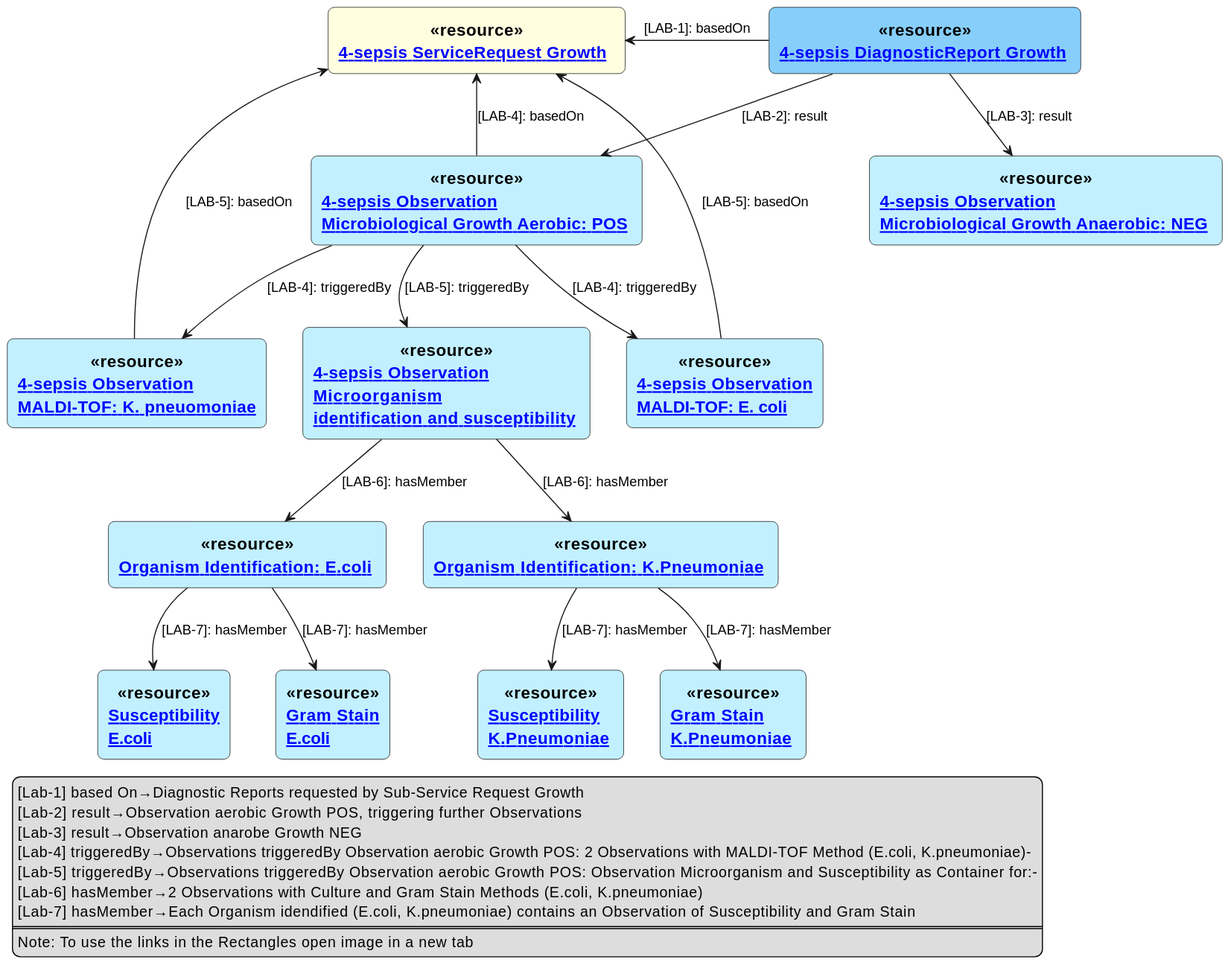
Above: input/images/4-sepsis-reflex-testing.svg in hl7ch/ch-lab-order (PlantUML), before the change.
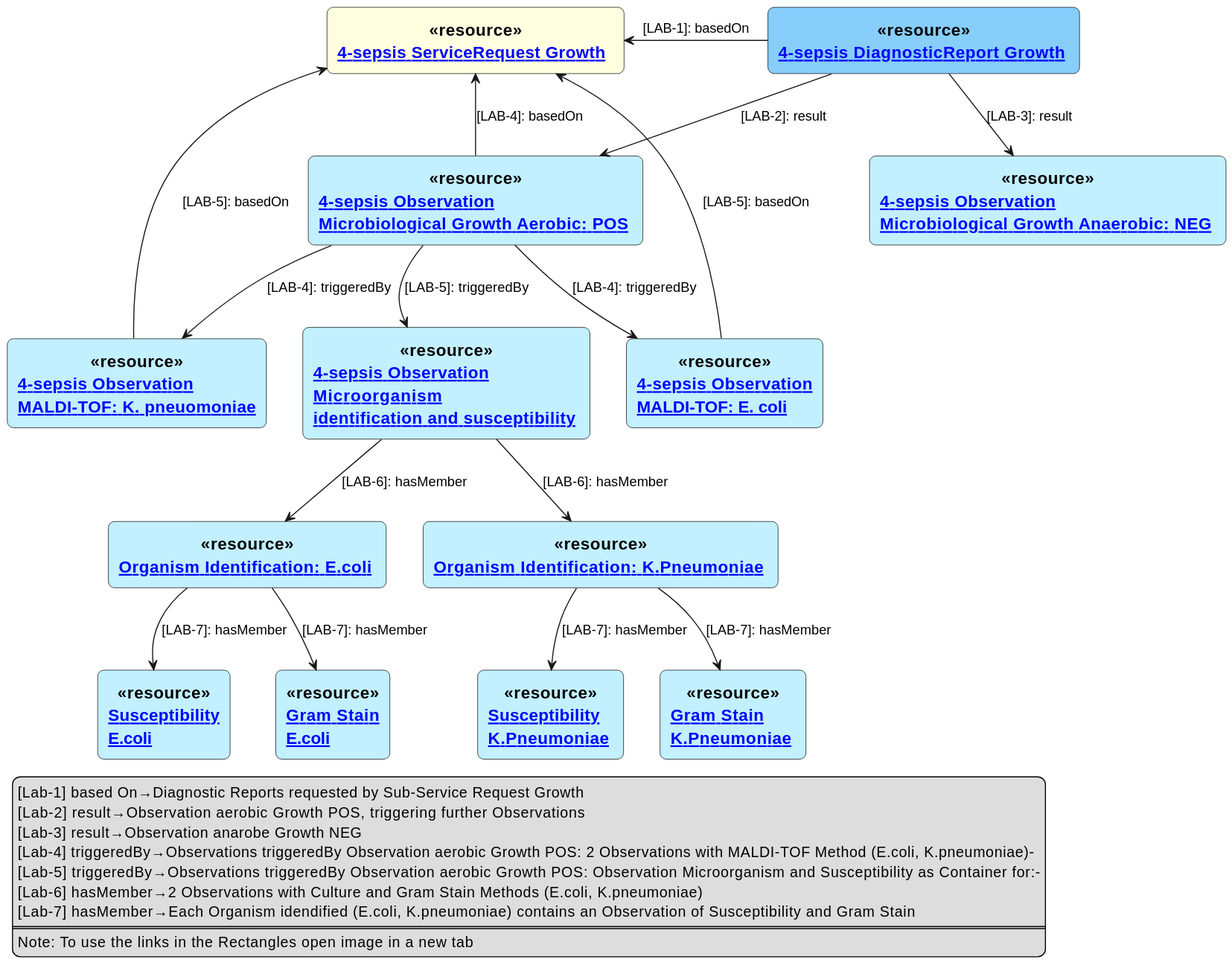
Above is the later version.

Diff of the diagram source:
```diff
@@ -11,8 +11,8 @@
 
 rectangle "[[ ServiceRequest-4-sepsis-ServiceRequestGrowth.html 4-sepsis ServiceRequest Growth ]] " as SRG <<$bProcess>><<resource>> #LightYellow
 rectangle "[[ DiagnosticReport-4-sepsis-DiagnosticReport.html 4-sepsis DiagnosticReport Growth ]]" as DRG <<$bProcess>><<resource>> #LightSkyBlue
-rectangle "[[ Observation-observationMicrobiolGrowthAerobe.html 4-sepsis Observation\nMicrobiological Growth Aerobe: POS ]]" as OMA <<$bProcess>><<resource>> #APPLICATION
-rectangle "[[ Observation-observationMicrobiolGrowthAnaerobe.html 4-sepsis Observation\nMicrobiological Growth Anaerobe: NEG ]]" as OMANA <<$bProcess>><<resource>> #APPLICATION
+rectangle "[[ Observation-ObservationMicrobiolGrowthAerobic.html 4-sepsis Observation\nMicrobiological Growth Aerobic: POS ]]" as OMA <<$bProcess>><<resource>> #APPLICATION
+rectangle "[[ Observation-ObservationMicrobiolGrowthAnaerobic.html 4-sepsis Observation\nMicrobiological Growth Anaerobic: NEG ]]" as OMANA <<$bProcess>><<resource>> #APPLICATION
 rectangle "[[ Observation-observationMALDI-TOF-Ecoli.html 4-sepsis Observation\nMALDI-TOF: E. coli ]]" as OMTE <<$bProcess>><<resource>> #APPLICATION
 rectangle "[[ Observation-observationMALDI-TOF-Kpneu.html 4-sepsis Observation\nMALDI-TOF: K. pneuomoniae]]" as OMTK <<$bProcess>><<resource>> #APPLICATION
 rectangle "[[ Observation-observationMicroorgIdentAndSuscept.html 4-sepsis Observation\nMicroorganism\nidentification and susceptibility ]]" as OMIS <<$bProcess>><<resource>> #APPLICATION
@@ -41,10 +41,10 @@
 
 legend left
 [Lab-1] based On→Diagnostic Reports requested by Sub-Service Request Growth
-[Lab-2] result→Observation aerobe Growth POS, triggering further Observations
+[Lab-2] result→Observation aerobic Growth POS, triggering further Observations
 [Lab-3] result→Observation anarobe Growth NEG
-[Lab-4] triggeredBy→Observations triggeredBy Observation aerobe Growth POS: 2 Observations with MALDI-TOF Method (E.coli, K.pneumoniae)-
-[Lab-5] triggeredBy→Observations triggeredBy Observation aerobe Growth POS: Observation Microorganism and Susceptibility as Container for:-
+[Lab-4] triggeredBy→Observations triggeredBy Observation aerobic Growth POS: 2 Observations with MALDI-TOF Method (E.coli, K.pneumoniae)-
+[Lab-5] triggeredBy→Observations triggeredBy Observation aerobic Growth POS: Observation Microorganism and Susceptibility as Container for:-
 [Lab-6] hasMember→2 Observations with Culture and Gram Stain Methods (E.coli, K.pneumoniae)
 [Lab-7] hasMember→Each Organism idendified (E.coli, K.pneumoniae) contains an Observation of Susceptibility and Gram Stain
 ====
```
